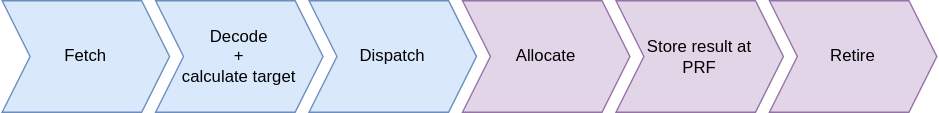
Ajsat3801/RISCV-SIMD_Processor keeps this draw.io diagram as doc/ex_paths/ui_ops.drawio.svg. Above is the earlier version. Source tidied: cells renumbered, new cells last; positions are measured from the earlier drawing's top-left corner, leaving out a move shared by most shapes. Its diagram source:
```xml
<mxGraphModel>
  <root>
    <mxCell id="0" />
    <mxCell id="1" parent="0" />
    <mxCell id="2" value="Fetch" style="shape=step;perimeter=stepPerimeter;whiteSpace=wrap;html=1;fixedSize=1;fillColor=#dae8fc;strokeColor=#6c8ebf;" parent="1" vertex="1">
      <mxGeometry width="120" height="80" as="geometry" />
    </mxCell>
    <mxCell id="3" value="Decode&lt;div&gt;+&lt;/div&gt;&lt;div&gt;calculate target&lt;/div&gt;" style="shape=step;perimeter=stepPerimeter;whiteSpace=wrap;html=1;fixedSize=1;fillColor=#dae8fc;strokeColor=#6c8ebf;" parent="1" vertex="1">
      <mxGeometry x="110" width="120" height="80" as="geometry" />
    </mxCell>
    <mxCell id="4" value="Dispatch" style="shape=step;perimeter=stepPerimeter;whiteSpace=wrap;html=1;fixedSize=1;fillColor=#dae8fc;strokeColor=#6c8ebf;" parent="1" vertex="1">
      <mxGeometry x="220" width="120" height="80" as="geometry" />
    </mxCell>
    <mxCell id="5" value="&lt;div&gt;Allocate&lt;/div&gt;" style="shape=step;perimeter=stepPerimeter;whiteSpace=wrap;html=1;fixedSize=1;fillColor=#e1d5e7;strokeColor=#9673a6;" parent="1" vertex="1">
      <mxGeometry x="330" width="120" height="80" as="geometry" />
    </mxCell>
    <mxCell id="6" value="Retire" style="shape=step;perimeter=stepPerimeter;whiteSpace=wrap;html=1;fixedSize=1;fillColor=#e1d5e7;strokeColor=#9673a6;" parent="1" vertex="1">
      <mxGeometry x="550" width="120" height="80" as="geometry" />
    </mxCell>
    <mxCell id="7" value="Store result at&lt;div&gt;PRF&lt;/div&gt;" style="shape=step;perimeter=stepPerimeter;whiteSpace=wrap;html=1;fixedSize=1;fillColor=#e1d5e7;strokeColor=#9673a6;" parent="1" vertex="1">
      <mxGeometry x="440" width="120" height="80" as="geometry" />
    </mxCell>
  </root>
</mxGraphModel>
```
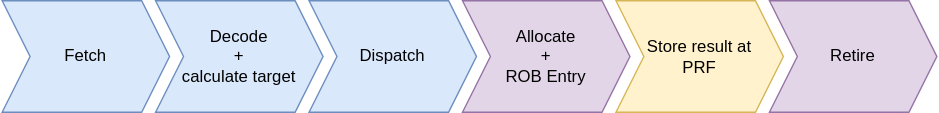
Above is the later version.

Diff of the diagram source:
```diff
@@ -11,13 +11,13 @@
     <mxCell id="4" value="Dispatch" style="shape=step;perimeter=stepPerimeter;whiteSpace=wrap;html=1;fixedSize=1;fillColor=#dae8fc;strokeColor=#6c8ebf;" parent="1" vertex="1">
       <mxGeometry x="220" width="120" height="80" as="geometry" />
     </mxCell>
-    <mxCell id="5" value="&lt;div&gt;Allocate&lt;/div&gt;" style="shape=step;perimeter=stepPerimeter;whiteSpace=wrap;html=1;fixedSize=1;fillColor=#e1d5e7;strokeColor=#9673a6;" parent="1" vertex="1">
+    <mxCell id="5" value="&lt;div&gt;Allocate&lt;/div&gt;&lt;div&gt;+&lt;/div&gt;&lt;div&gt;ROB Entry&lt;/div&gt;" style="shape=step;perimeter=stepPerimeter;whiteSpace=wrap;html=1;fixedSize=1;fillColor=#e1d5e7;strokeColor=#9673a6;" parent="1" vertex="1">
       <mxGeometry x="330" width="120" height="80" as="geometry" />
     </mxCell>
     <mxCell id="6" value="Retire" style="shape=step;perimeter=stepPerimeter;whiteSpace=wrap;html=1;fixedSize=1;fillColor=#e1d5e7;strokeColor=#9673a6;" parent="1" vertex="1">
       <mxGeometry x="550" width="120" height="80" as="geometry" />
     </mxCell>
-    <mxCell id="7" value="Store result at&lt;div&gt;PRF&lt;/div&gt;" style="shape=step;perimeter=stepPerimeter;whiteSpace=wrap;html=1;fixedSize=1;fillColor=#e1d5e7;strokeColor=#9673a6;" parent="1" vertex="1">
+    <mxCell id="7" value="Store result at&lt;div&gt;PRF&lt;/div&gt;" style="shape=step;perimeter=stepPerimeter;whiteSpace=wrap;html=1;fixedSize=1;fillColor=#fff2cc;strokeColor=#d6b656;" parent="1" vertex="1">
       <mxGeometry x="440" width="120" height="80" as="geometry" />
     </mxCell>
   </root>
```
